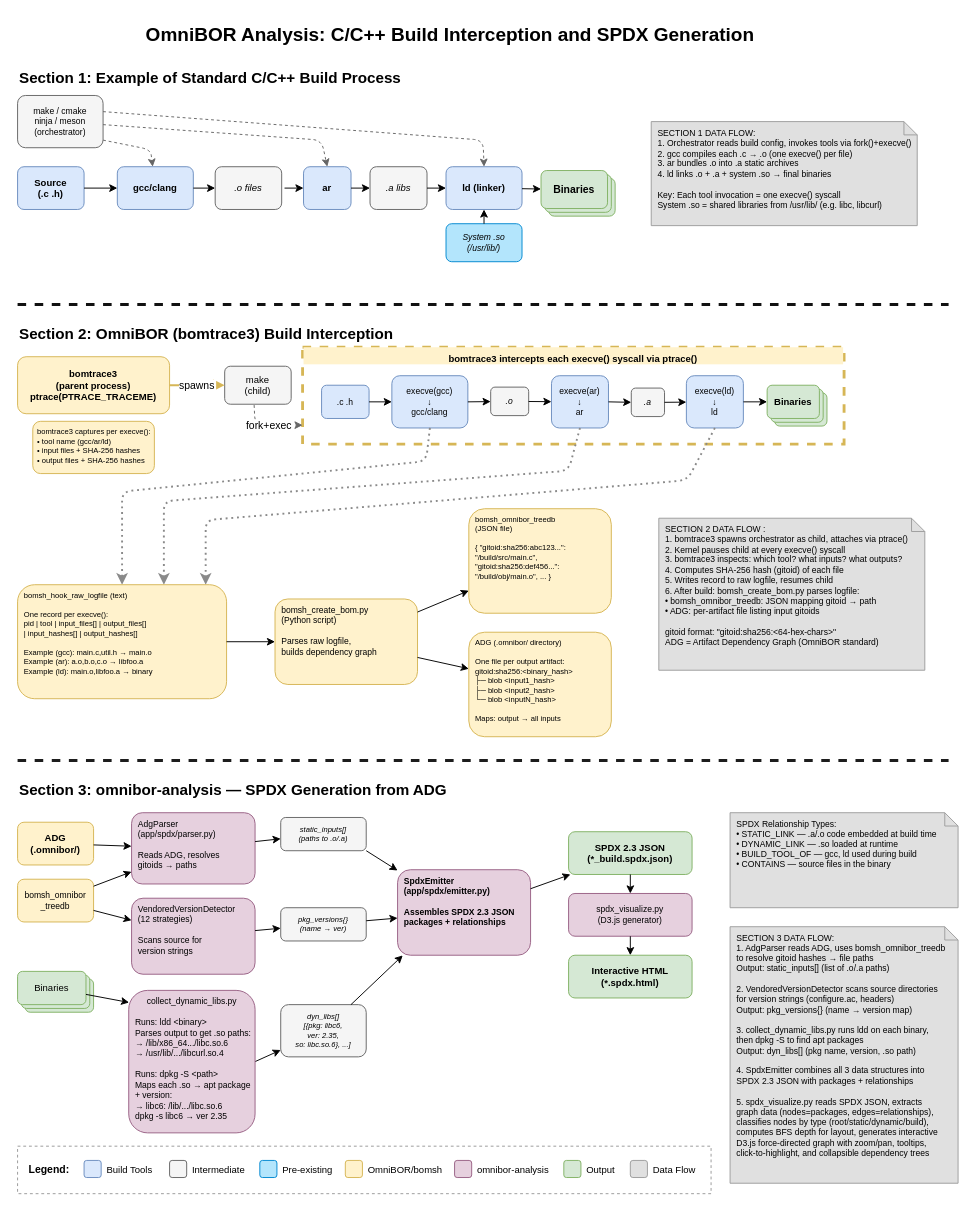
The draw.io diagram docs/sidecar/c-cpp/c-cpp-build-interception.drawio in tedg-dev/bisbom-gen, before the edit. Source tidied: cells renumbered, new cells numbered last; positions are measured from the earlier drawing's top-left corner, leaving out a move shared by most shapes. Both pictures are drawn from the tidied source at 95%, with x=0, y=0 at pixel (17, 16).
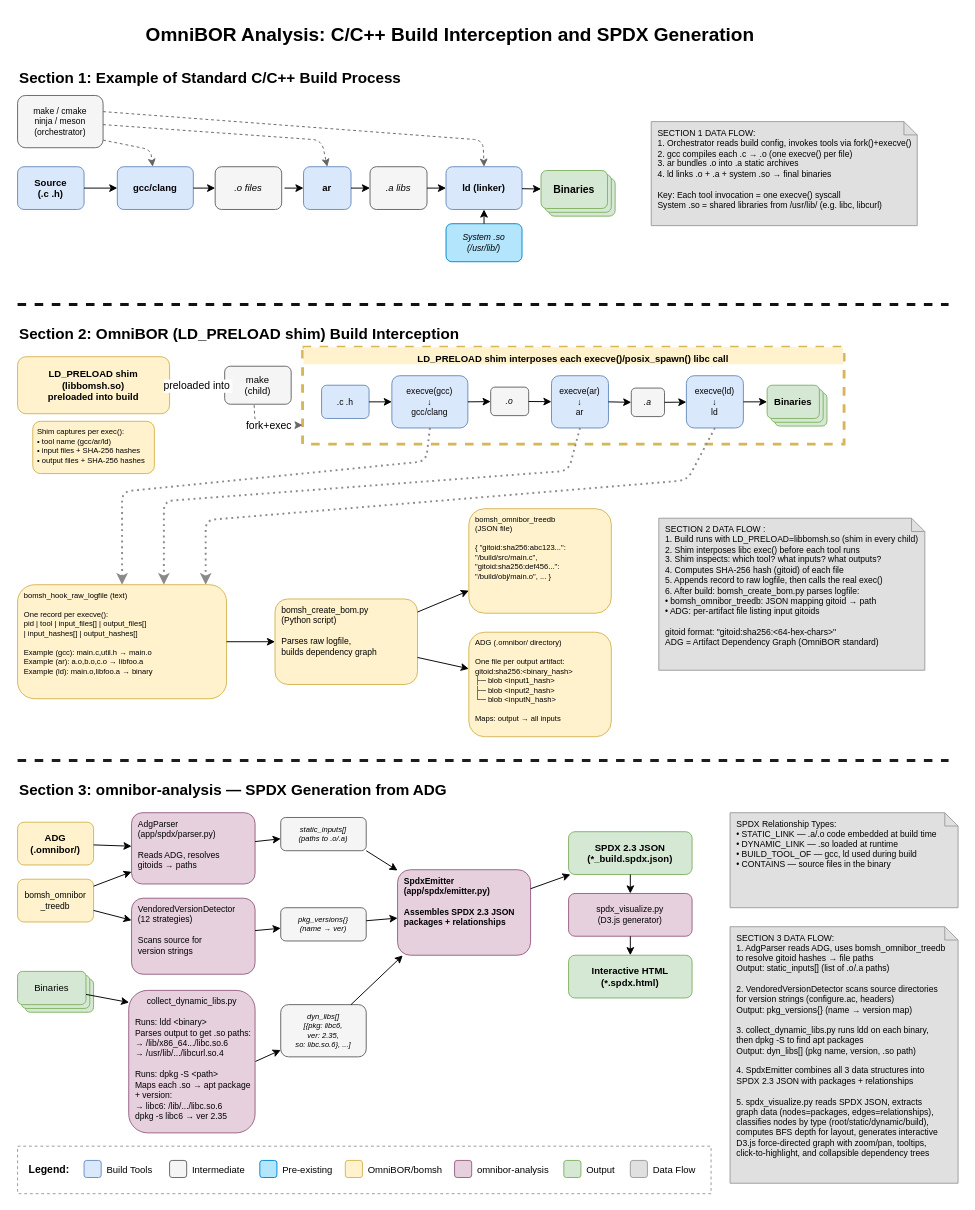
The same page after the edit.

Unchanged cells that the change refers to:
```xml
<mxCell id="45" value="make&#10;(child)" style="rounded=1;fillColor=#f5f5f5;strokeColor=#666666;fontSize=10;" parent="1" vertex="1">
  <mxGeometry x="218" y="368" width="70" height="40" as="geometry" />
</mxCell>
```

Change to the diagram source:
```diff
@@
-    <mxCell id="43" value="Section 2: OmniBOR (bomtrace3) Build Interception" style="text;html=1;fontSize=16;fontStyle=1;" parent="1" vertex="1">
+    <mxCell id="43" value="Section 2: OmniBOR (LD_PRELOAD shim) Build Interception" style="text;html=1;fontSize=16;fontStyle=1;" parent="1" vertex="1">
       <mxGeometry y="318" width="450" height="25" as="geometry" />
     </mxCell>
-    <mxCell id="44" value="bomtrace3&#10;(parent process)&#10;ptrace(PTRACE_TRACEME)" style="rounded=1;fillColor=#fff2cc;strokeColor=#d6b656;fontSize=10;fontStyle=1;" parent="1" vertex="1">
+    <mxCell id="44" value="LD_PRELOAD shim&#10;(libbomsh.so)&#10;preloaded into build" style="rounded=1;fillColor=#fff2cc;strokeColor=#d6b656;fontSize=10;fontStyle=1;" parent="1" vertex="1">
       <mxGeometry y="358" width="160" height="60" as="geometry" />
     </mxCell>
@@
-    <mxCell id="47" value="bomtrace3 intercepts each execve() syscall via ptrace()" style="text;fillColor=#fff2cc;strokeColor=none;fontSize=10;fontStyle=1;align=center;" parent="1" vertex="1">
+    <mxCell id="47" value="LD_PRELOAD shim interposes each execve()/posix_spawn() libc call" style="text;fillColor=#fff2cc;strokeColor=none;fontSize=10;fontStyle=1;align=center;" parent="1" vertex="1">
       <mxGeometry x="301" y="348" width="568" height="18" as="geometry" />
     </mxCell>
@@
-    <mxCell id="63" value="spawns" style="strokeColor=#d6b656;strokeWidth=2;" parent="1" edge="1" source="44" target="45">
+    <mxCell id="63" value="preloaded into" style="strokeColor=#d6b656;strokeWidth=2;" parent="1" edge="1" source="44" target="45">
       <mxGeometry relative="1" as="geometry" />
     </mxCell>
@@
-    <mxCell id="68" value="bomtrace3 captures per execve():&#10;• tool name (gcc/ar/ld)&#10;• input files + SHA-256 hashes&#10;• output files + SHA-256 hashes" style="text;fillColor=#fff2cc;strokeColor=#d6b656;fontSize=8;align=left;spacingLeft=3;verticalAlign=top;rounded=1;" parent="1" vertex="1">
+    <mxCell id="68" value="Shim captures per exec():&#10;• tool name (gcc/ar/ld)&#10;• input files + SHA-256 hashes&#10;• output files + SHA-256 hashes" style="text;fillColor=#fff2cc;strokeColor=#d6b656;fontSize=8;align=left;spacingLeft=3;verticalAlign=top;rounded=1;" parent="1" vertex="1">
       <mxGeometry x="16" y="426" width="128" height="55" as="geometry" />
     </mxCell>
@@
-    <mxCell id="76" value="SECTION 2 DATA FLOW :&#10;1. bomtrace3 spawns orchestrator as child, attaches via ptrace()&#10;2. Kernel pauses child at every execve() syscall&#10;3. bomtrace3 inspects: which tool? what inputs? what outputs?&#10;4. Computes SHA-256 hash (gitoid) of each file&#10;5. Writes record to raw logfile, resumes child&#10;6. After build: bomsh_create_bom.py parses logfile:&#10;   • bomsh_omnibor_treedb: JSON mapping gitoid → path&#10;   • ADG: per-artifact file listing input gitoids&#10;&#10;gitoid format: &quot;gitoid:sha256:&lt;64-hex-chars&gt;&quot;&#10;ADG = Artifact Dependency Graph (OmniBOR standard)" style="shape=note;size=14;fillColor=#e0e0e0;strokeColor=#9e9e9e;fontSize=9;align=left;spacingLeft=5;verticalAlign=top;whiteSpace=wrap;" parent="1" vertex="1">
+    <mxCell id="76" value="SECTION 2 DATA FLOW :&#10;1. Build runs with LD_PRELOAD=libbomsh.so (shim in every child)&#10;2. Shim interposes libc exec() before each tool runs&#10;3. Shim inspects: which tool? what inputs? what outputs?&#10;4. Computes SHA-256 hash (gitoid) of each file&#10;5. Appends record to raw logfile, then calls the real exec()&#10;6. After build: bomsh_create_bom.py parses logfile:&#10;   • bomsh_omnibor_treedb: JSON mapping gitoid → path&#10;   • ADG: per-artifact file listing input gitoids&#10;&#10;gitoid format: &quot;gitoid:sha256:&lt;64-hex-chars&gt;&quot;&#10;ADG = Artifact Dependency Graph (OmniBOR standard)" style="shape=note;size=14;fillColor=#e0e0e0;strokeColor=#9e9e9e;fontSize=9;align=left;spacingLeft=5;verticalAlign=top;whiteSpace=wrap;" parent="1" vertex="1">
       <mxGeometry x="675" y="528" width="280" height="160" as="geometry" />
     </mxCell>
```
